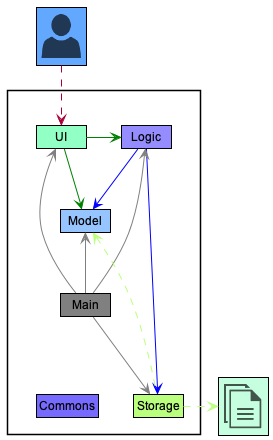
Earlier version of the PlantUML export docs/images/ArchitectureDiagram.png (zhongfu/tp). Its diagram source:
```plantuml
@startuml
!include <office/Concepts/globe_internet>
!include <office/Concepts/documents>
!include <office/Users/user>
!include style.puml

Package " "<<Rectangle>>{
    Class UI UI_COLOR
    Class Logic LOGIC_COLOR
    Class Storage STORAGE_COLOR
    Class Model MODEL_COLOR
    Class Main #grey
    Class Commons LOGIC_COLOR_T2
}

Class "<$user>" as User MODEL_COLOR_T2
Class "<$documents>" as File UI_COLOR_T1


UI -[#green]> Logic
UI -right[#green]-> Model
Logic -[#blue]-> Storage
Logic -down[#blue]-> Model
Main -[#grey]-> UI
Main -[#grey]-> Logic
Main -[#grey]-> Storage
Main -up[#grey]-> Model
Main -down[hidden]-> Commons

Storage -up[STORAGE_COLOR].> Model
Storage .right[STORAGE_COLOR].>File
User ..> UI
@enduml
```
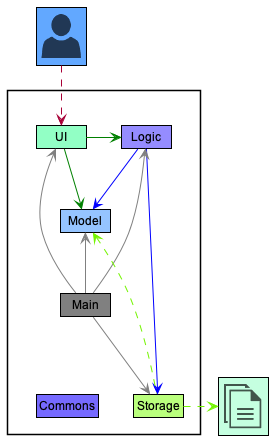
After the change.

Commit message:
Update DG diagram cols to be more visible

What changed in the source:
```diff
@@ -27,7 +27,7 @@
 Main -up[#grey]-> Model
 Main -down[hidden]-> Commons
 
-Storage -up[STORAGE_COLOR].> Model
-Storage .right[STORAGE_COLOR].>File
+Storage -up[STORAGE_COLOR_T3].> Model
+Storage .right[STORAGE_COLOR_T3].>File
 User ..> UI
 @enduml
```
